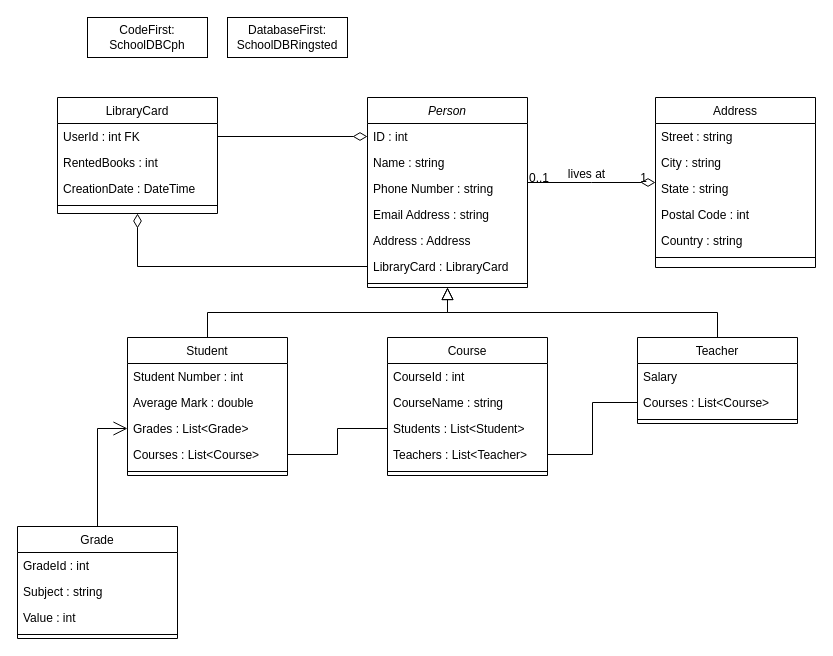
Before: Diagram.drawio in Kevin-Borup/H3Database, a draw.io diagram. Source tidied: cells renumbered, new cells numbered last; positions are measured from the earlier drawing's top-left corner, leaving out a move shared by most shapes. Both pictures are drawn from the tidied source at 100%, with x=0, y=0 at pixel (17, 17).
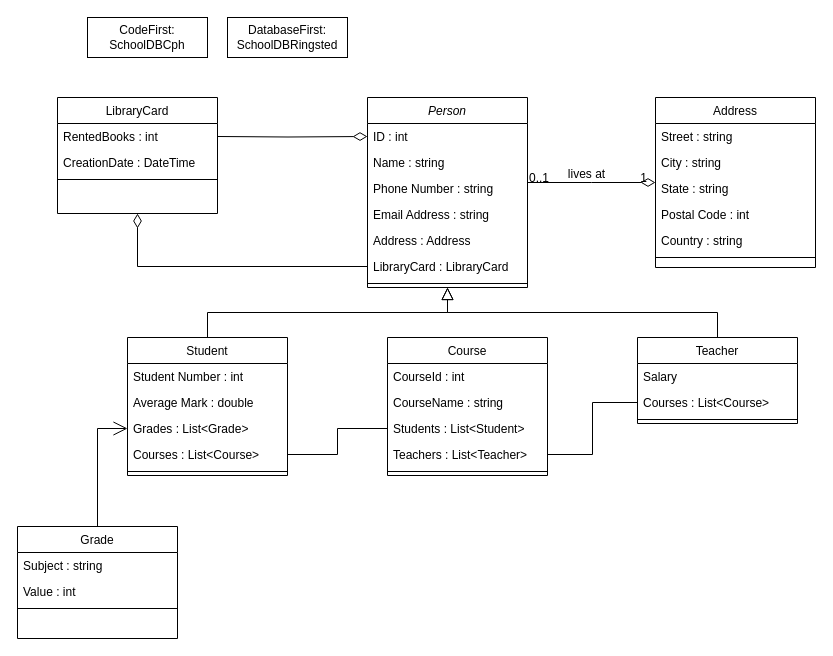
The same diagram, later.

Unchanged cells that the change refers to:
```xml
<mxCell id="3" value="ID : int" style="text;align=left;verticalAlign=top;spacingLeft=4;spacingRight=4;overflow=hidden;points=[[0,0.5],[1,0.5]];portConstraint=eastwest;" parent="2" vertex="1">
  <mxGeometry y="26" width="160" height="26" as="geometry" />
</mxCell>
<mxCell id="34" value="Grade" style="swimlane;fontStyle=0;align=center;verticalAlign=top;horizontal=1;startSize=26;rounded=0;shadow=0;strokeWidth=1;" parent="1" vertex="1">
  <mxGeometry y="509" width="160" height="112" as="geometry" />
</mxCell>
<mxCell id="47" value="LibraryCard" style="swimlane;fontStyle=0;align=center;verticalAlign=top;horizontal=1;startSize=26;rounded=0;shadow=0;strokeWidth=1;" parent="1" vertex="1">
  <mxGeometry x="40" y="80" width="160" height="116" as="geometry" />
</mxCell>
```

The edit, as a diff of the source:
```diff
@@
-    <mxCell id="35" value="GradeId : int" style="text;align=left;verticalAlign=top;spacingLeft=4;spacingRight=4;overflow=hidden;" parent="34" vertex="1">
-      <mxGeometry y="26" width="160" height="26" as="geometry" />
-    </mxCell>
     <mxCell id="36" value="Subject : string" style="text;align=left;verticalAlign=top;spacingLeft=4;spacingRight=4;overflow=hidden;rounded=0;shadow=0;html=0;" parent="34" vertex="1">
-      <mxGeometry y="52" width="160" height="26" as="geometry" />
+      <mxGeometry y="26" width="160" height="26" as="geometry" />
     </mxCell>
     <mxCell id="37" value="Value : int" style="text;align=left;verticalAlign=top;spacingLeft=4;spacingRight=4;overflow=hidden;rounded=0;shadow=0;html=0;" parent="34" vertex="1">
-      <mxGeometry y="78" width="160" height="26" as="geometry" />
+      <mxGeometry y="52" width="160" height="26" as="geometry" />
     </mxCell>
     <mxCell id="38" style="line;html=1;strokeWidth=1;align=left;verticalAlign=middle;spacingTop=-1;spacingLeft=3;spacingRight=3;labelPosition=right;" parent="34" vertex="1">
-      <mxGeometry y="104" width="160" height="8" as="geometry" />
+      <mxGeometry y="78" width="160" height="8" as="geometry" />
     </mxCell>
@@
-    <mxCell id="48" value="UserId : int FK" style="text;align=left;verticalAlign=top;spacingLeft=4;spacingRight=4;overflow=hidden;points=[[0,0.5],[1,0.5]];portConstraint=eastwest;" parent="47" vertex="1">
-      <mxGeometry y="26" width="160" height="26" as="geometry" />
-    </mxCell>
     <mxCell id="49" value="RentedBooks : int" style="text;align=left;verticalAlign=top;spacingLeft=4;spacingRight=4;overflow=hidden;rounded=0;shadow=0;html=0;" parent="47" vertex="1">
-      <mxGeometry y="52" width="160" height="26" as="geometry" />
+      <mxGeometry y="26" width="160" height="26" as="geometry" />
     </mxCell>
     <mxCell id="50" value="CreationDate : DateTime" style="text;align=left;verticalAlign=top;spacingLeft=4;spacingRight=4;overflow=hidden;rounded=0;shadow=0;html=0;" parent="47" vertex="1">
-      <mxGeometry y="78" width="160" height="26" as="geometry" />
+      <mxGeometry y="52" width="160" height="26" as="geometry" />
     </mxCell>
     <mxCell id="51" style="line;html=1;strokeWidth=1;align=left;verticalAlign=middle;spacingTop=-1;spacingLeft=3;spacingRight=3;labelPosition=right;" parent="47" vertex="1">
-      <mxGeometry y="104" width="160" height="8" as="geometry" />
+      <mxGeometry y="78" width="160" height="8" as="geometry" />
     </mxCell>
@@
-    <mxCell id="53" style="edgeStyle=orthogonalEdgeStyle;rounded=0;jettySize=auto;html=1;endArrow=diamondThin;endFill=0;startSize=6;endSize=12;" parent="1" edge="1" source="48" target="3">
-      <mxGeometry relative="1" as="geometry" />
+    <mxCell id="53" style="edgeStyle=orthogonalEdgeStyle;rounded=0;jettySize=auto;html=1;endArrow=diamondThin;endFill=0;startSize=6;endSize=12;" parent="1" edge="1" target="3">
+      <mxGeometry relative="1" as="geometry">
+        <mxPoint x="200" y="119" as="sourcePoint" />
+      </mxGeometry>
     </mxCell>
```
